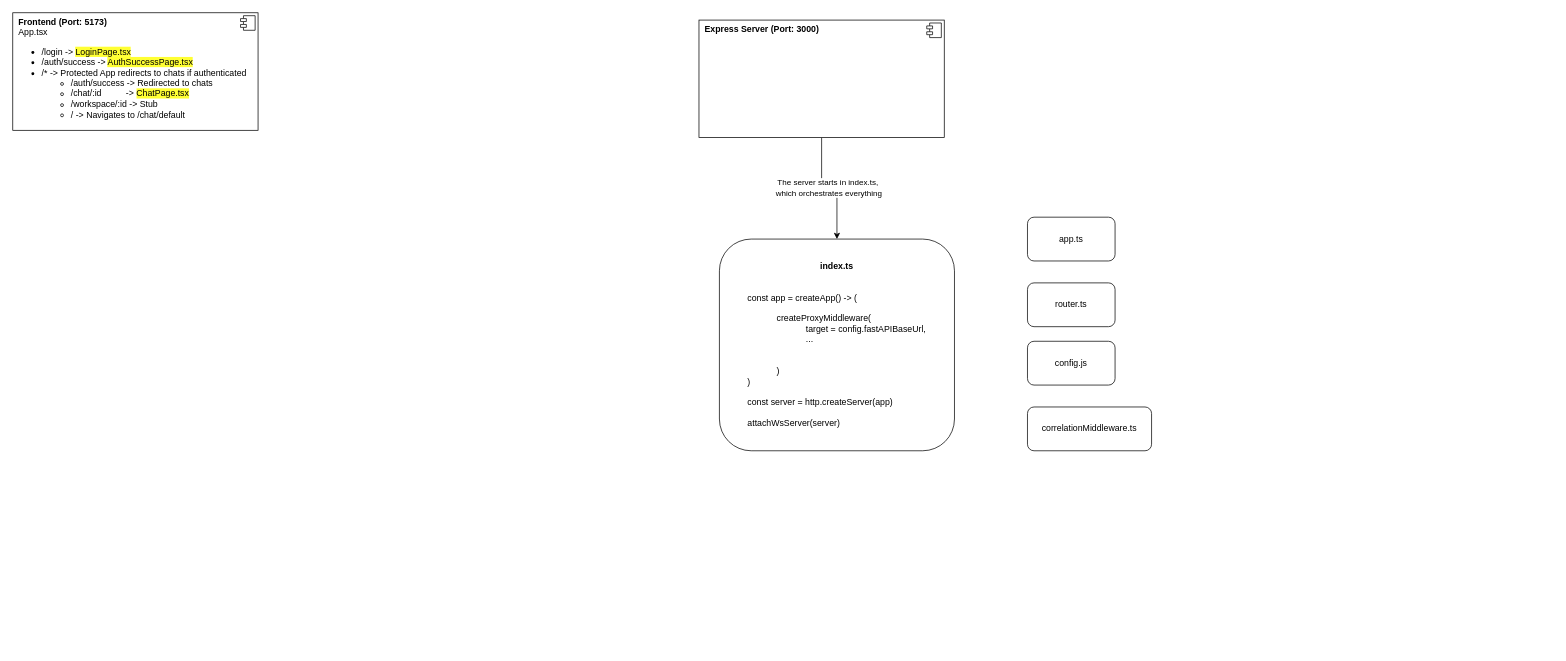
Before: page "App Architecture" (1 of 2) of AIVIAN Showcase UI Architecture.drawio in mauriceschmetzer/Temp_Visual_Location, a draw.io diagram. Source tidied: cells renumbered, new cells numbered last; positions are measured from the earlier drawing's top-left corner, leaving out a move shared by most shapes. Both pictures are drawn from the tidied source at 73%, with x=0, y=0 at pixel (12, 12).
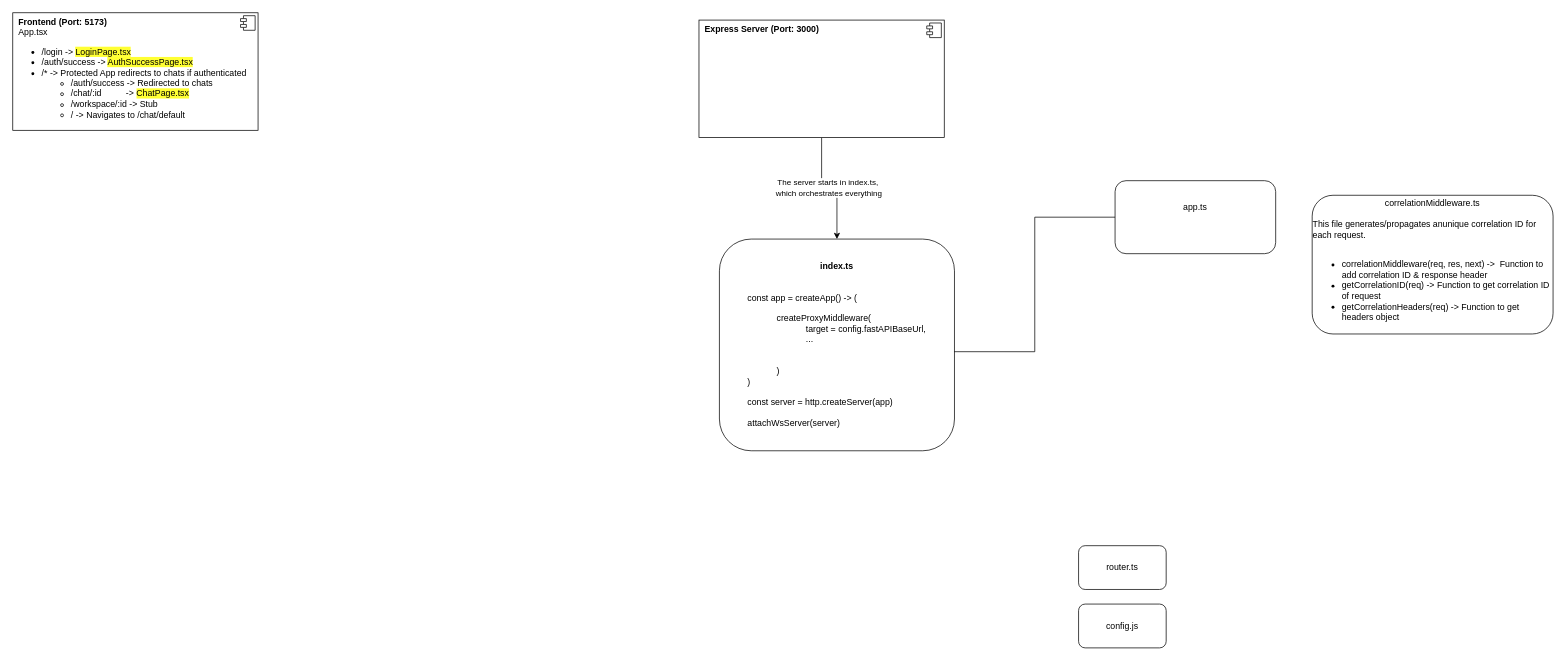
The same page after the edit.

Change to the diagram source:
```diff
@@
 <mxGraphModel>
   <root>
     <mxCell id="0" />
     <mxCell id="1" parent="0" />
     <mxCell id="2" value="&lt;p style=&quot;margin:0px;margin-top:6px;text-align:center;&quot;&gt;&lt;/p&gt;&lt;p style=&quot;margin:0px;margin-left:8px;&quot;&gt;&lt;b&gt;Frontend (Port: 5173)&lt;/b&gt;&lt;/p&gt;&lt;p style=&quot;margin:0px;margin-left:8px;&quot;&gt;App.tsx&lt;/p&gt;&lt;p style=&quot;margin:0px;margin-left:8px;&quot;&gt;&lt;/p&gt;&lt;ul&gt;&lt;li&gt;/login -&amp;gt; &lt;span style=&quot;background-color: rgb(255, 255, 51);&quot;&gt;LoginPage.tsx&lt;/span&gt;&lt;/li&gt;&lt;li&gt;/auth/success -&amp;gt; &lt;span style=&quot;background-color: rgb(255, 255, 51);&quot;&gt;AuthSuccessPage.tsx&lt;/span&gt;&lt;/li&gt;&lt;li&gt;/* -&amp;gt; Protected App redirects to chats if authenticated&lt;/li&gt;&lt;ul&gt;&lt;li&gt;/auth/success -&amp;gt; Redirected to chats&lt;/li&gt;&lt;li&gt;/chat/:id&amp;nbsp; &amp;nbsp; &amp;nbsp; &amp;nbsp; &amp;nbsp; -&amp;gt; &lt;span style=&quot;background-color: rgb(255, 255, 51);&quot;&gt;ChatPage.tsx&lt;/span&gt;&lt;/li&gt;&lt;li&gt;/workspace/:id -&amp;gt; Stub&lt;/li&gt;&lt;li&gt;/ -&amp;gt; Navigates to /chat/default&lt;/li&gt;&lt;/ul&gt;&lt;/ul&gt;&lt;p&gt;&lt;/p&gt;" style="align=left;overflow=fill;html=1;whiteSpace=wrap;" parent="1" vertex="1">
       <mxGeometry width="336" height="161" as="geometry" />
     </mxCell>
     <mxCell id="3" style="shape=component;jettyWidth=8;jettyHeight=4;" parent="2" vertex="1">
       <mxGeometry x="1" width="20" height="20" relative="1" as="geometry">
         <mxPoint x="-24" y="4" as="offset" />
       </mxGeometry>
     </mxCell>
     <mxCell id="4" style="edgeStyle=orthogonalEdgeStyle;rounded=0;jettySize=auto;html=1;" parent="1" edge="1" source="6" target="8">
       <mxGeometry relative="1" as="geometry" />
     </mxCell>
     <mxCell id="5" value="The server starts in index.ts,&amp;nbsp;&lt;div&gt;which orchestrates everything&lt;/div&gt;" style="edgeLabel;html=1;align=center;verticalAlign=middle;" parent="4" vertex="1">
       <mxGeometry x="-0.01" y="1" relative="1" as="geometry" />
     </mxCell>
     <mxCell id="6" value="&lt;p style=&quot;margin:0px;margin-top:6px;text-align:center;&quot;&gt;&lt;/p&gt;&lt;p style=&quot;margin:0px;margin-left:8px;&quot;&gt;&lt;b&gt;Express Server (Port: 3000)&lt;/b&gt;&lt;/p&gt;&lt;p style=&quot;margin:0px;margin-left:8px;&quot;&gt;&lt;br&gt;&lt;/p&gt;&lt;p&gt;&lt;/p&gt;" style="align=left;overflow=fill;html=1;whiteSpace=wrap;" parent="1" vertex="1">
       <mxGeometry x="940" y="10" width="336" height="161" as="geometry" />
     </mxCell>
     <mxCell id="7" style="shape=component;jettyWidth=8;jettyHeight=4;" parent="6" vertex="1">
       <mxGeometry x="1" width="20" height="20" relative="1" as="geometry">
         <mxPoint x="-24" y="4" as="offset" />
       </mxGeometry>
     </mxCell>
     <mxCell id="8" value="&lt;div style=&quot;&quot;&gt;&lt;span style=&quot;background-color: transparent; color: light-dark(rgb(0, 0, 0), rgb(255, 255, 255));&quot;&gt;&lt;b&gt;index.ts&lt;/b&gt;&lt;/span&gt;&lt;/div&gt;&lt;div style=&quot;&quot;&gt;&lt;span style=&quot;background-color: transparent; color: light-dark(rgb(0, 0, 0), rgb(255, 255, 255));&quot;&gt;&lt;br&gt;&lt;/span&gt;&lt;/div&gt;&lt;div style=&quot;&quot;&gt;&lt;span style=&quot;background-color: transparent; color: light-dark(rgb(0, 0, 0), rgb(255, 255, 255));&quot;&gt;&lt;br&gt;&lt;/span&gt;&lt;/div&gt;&lt;div style=&quot;&quot;&gt;&lt;div style=&quot;text-align: left;&quot;&gt;&lt;span style=&quot;background-color: transparent; color: light-dark(rgb(0, 0, 0), rgb(255, 255, 255));&quot;&gt;const app = createApp() -&amp;gt; (&lt;/span&gt;&lt;/div&gt;&lt;div style=&quot;text-align: left;&quot;&gt;&lt;span style=&quot;background-color: transparent; color: light-dark(rgb(0, 0, 0), rgb(255, 255, 255));&quot;&gt;&lt;br&gt;&lt;/span&gt;&lt;/div&gt;&lt;/div&gt;&lt;blockquote style=&quot;margin: 0 0 0 40px; border: none; padding: 0px;&quot;&gt;&lt;div style=&quot;&quot;&gt;&lt;div style=&quot;text-align: left;&quot;&gt;&lt;span style=&quot;background-color: transparent; color: light-dark(rgb(0, 0, 0), rgb(255, 255, 255));&quot;&gt;createProxyMiddleware(&lt;/span&gt;&lt;/div&gt;&lt;/div&gt;&lt;/blockquote&gt;&lt;blockquote style=&quot;margin: 0 0 0 40px; border: none; padding: 0px;&quot;&gt;&lt;blockquote style=&quot;margin: 0 0 0 40px; border: none; padding: 0px;&quot;&gt;&lt;div style=&quot;&quot;&gt;&lt;div style=&quot;text-align: left;&quot;&gt;&lt;span style=&quot;background-color: transparent; color: light-dark(rgb(0, 0, 0), rgb(255, 255, 255));&quot;&gt;target = config.fastAPIBaseUrl,&lt;/span&gt;&lt;/div&gt;&lt;div style=&quot;text-align: left;&quot;&gt;&lt;span style=&quot;background-color: transparent; color: light-dark(rgb(0, 0, 0), rgb(255, 255, 255));&quot;&gt;...&lt;/span&gt;&lt;/div&gt;&lt;div style=&quot;text-align: left;&quot;&gt;&lt;span style=&quot;background-color: transparent; color: light-dark(rgb(0, 0, 0), rgb(255, 255, 255));&quot;&gt;&lt;br&gt;&lt;/span&gt;&lt;/div&gt;&lt;div style=&quot;text-align: left;&quot;&gt;&lt;span style=&quot;background-color: transparent; color: light-dark(rgb(0, 0, 0), rgb(255, 255, 255));&quot;&gt;&lt;br&gt;&lt;/span&gt;&lt;/div&gt;&lt;/div&gt;&lt;/blockquote&gt;&lt;/blockquote&gt;&lt;blockquote style=&quot;margin: 0 0 0 40px; border: none; padding: 0px;&quot;&gt;&lt;div style=&quot;&quot;&gt;&lt;div style=&quot;text-align: left;&quot;&gt;&lt;span style=&quot;background-color: transparent; color: light-dark(rgb(0, 0, 0), rgb(255, 255, 255));&quot;&gt;)&lt;/span&gt;&lt;/div&gt;&lt;/div&gt;&lt;/blockquote&gt;&lt;div style=&quot;&quot;&gt;&lt;div style=&quot;text-align: left;&quot;&gt;)&lt;/div&gt;&lt;div style=&quot;text-align: left;&quot;&gt;&lt;br&gt;&lt;/div&gt;&lt;div style=&quot;text-align: left;&quot;&gt;const server = http.createServer(app)&lt;/div&gt;&lt;div style=&quot;text-align: left;&quot;&gt;&lt;br&gt;&lt;/div&gt;&lt;div style=&quot;text-align: left;&quot;&gt;attachWsServer(server)&lt;/div&gt;&lt;/div&gt;" style="rounded=1;whiteSpace=wrap;html=1;align=center;" parent="1" vertex="1">
       <mxGeometry x="968" y="310" width="322" height="290" as="geometry" />
     </mxCell>
     <mxCell id="9" value="router.ts" style="whiteSpace=wrap;html=1;rounded=1;align=center;" parent="1" vertex="1">
-      <mxGeometry x="1390" y="370" width="120" height="60" as="geometry" />
+      <mxGeometry x="1460" y="730" width="120" height="60" as="geometry" />
     </mxCell>
-    <mxCell id="10" value="app.ts" style="rounded=1;whiteSpace=wrap;html=1;align=center;" parent="1" vertex="1">
-      <mxGeometry x="1390" y="280" width="120" height="60" as="geometry" />
+    <mxCell id="10" value="app.ts&lt;div&gt;&lt;br&gt;&lt;/div&gt;&lt;div style=&quot;text-align: left;&quot;&gt;&lt;br&gt;&lt;/div&gt;" style="rounded=1;whiteSpace=wrap;html=1;align=center;" parent="1" vertex="1">
+      <mxGeometry x="1510" y="230" width="220" height="100" as="geometry" />
     </mxCell>
     <mxCell id="11" value="config.js" style="whiteSpace=wrap;html=1;rounded=1;" parent="1" vertex="1">
-      <mxGeometry x="1390" y="450" width="120" height="60" as="geometry" />
+      <mxGeometry x="1460" y="810" width="120" height="60" as="geometry" />
     </mxCell>
-    <mxCell id="12" value="correlationMiddleware.ts" style="whiteSpace=wrap;html=1;rounded=1;" parent="1" vertex="1">
-      <mxGeometry x="1390" y="540" width="170" height="60" as="geometry" />
+    <mxCell id="12" value="correlationMiddleware.ts&lt;div&gt;&lt;br&gt;&lt;/div&gt;&lt;div style=&quot;text-align: left;&quot;&gt;This file generates/propagates anunique correlation ID for each request.&lt;/div&gt;&lt;div style=&quot;text-align: left;&quot;&gt;&lt;span style=&quot;background-color: transparent; color: light-dark(rgb(0, 0, 0), rgb(255, 255, 255));&quot;&gt;&lt;br&gt;&lt;/span&gt;&lt;/div&gt;&lt;div style=&quot;text-align: left;&quot;&gt;&lt;ul&gt;&lt;li&gt;&lt;span style=&quot;background-color: transparent; color: light-dark(rgb(0, 0, 0), rgb(255, 255, 255));&quot;&gt;correlationMiddleware(req, res, next) -&amp;gt;&amp;nbsp; Function to add correlation ID &amp;amp; response header&lt;/span&gt;&lt;/li&gt;&lt;li&gt;&lt;span style=&quot;background-color: transparent; color: light-dark(rgb(0, 0, 0), rgb(255, 255, 255));&quot;&gt;getCorrelationID(req) -&amp;gt; Function to get correlation ID of request&lt;/span&gt;&lt;/li&gt;&lt;li&gt;&lt;span style=&quot;background-color: transparent; color: light-dark(rgb(0, 0, 0), rgb(255, 255, 255));&quot;&gt;getCorrelationHeaders(req) -&amp;gt; Function to get headers object&lt;/span&gt;&lt;/li&gt;&lt;/ul&gt;&lt;/div&gt;" style="whiteSpace=wrap;html=1;rounded=1;" parent="1" vertex="1">
+      <mxGeometry x="1780" y="250" width="330" height="190" as="geometry" />
     </mxCell>
+    <mxCell id="13" style="endArrow=none;html=1;rounded=0;entryX=0;entryY=0.5;entryDx=0;entryDy=0;exitX=0.999;exitY=0.532;exitDx=0;exitDy=0;exitPerimeter=0;edgeStyle=orthogonalEdgeStyle;" parent="1" edge="1" source="8" target="10">
+      <mxGeometry relative="1" as="geometry" />
+    </mxCell>
   </root>
 </mxGraphModel>
```
